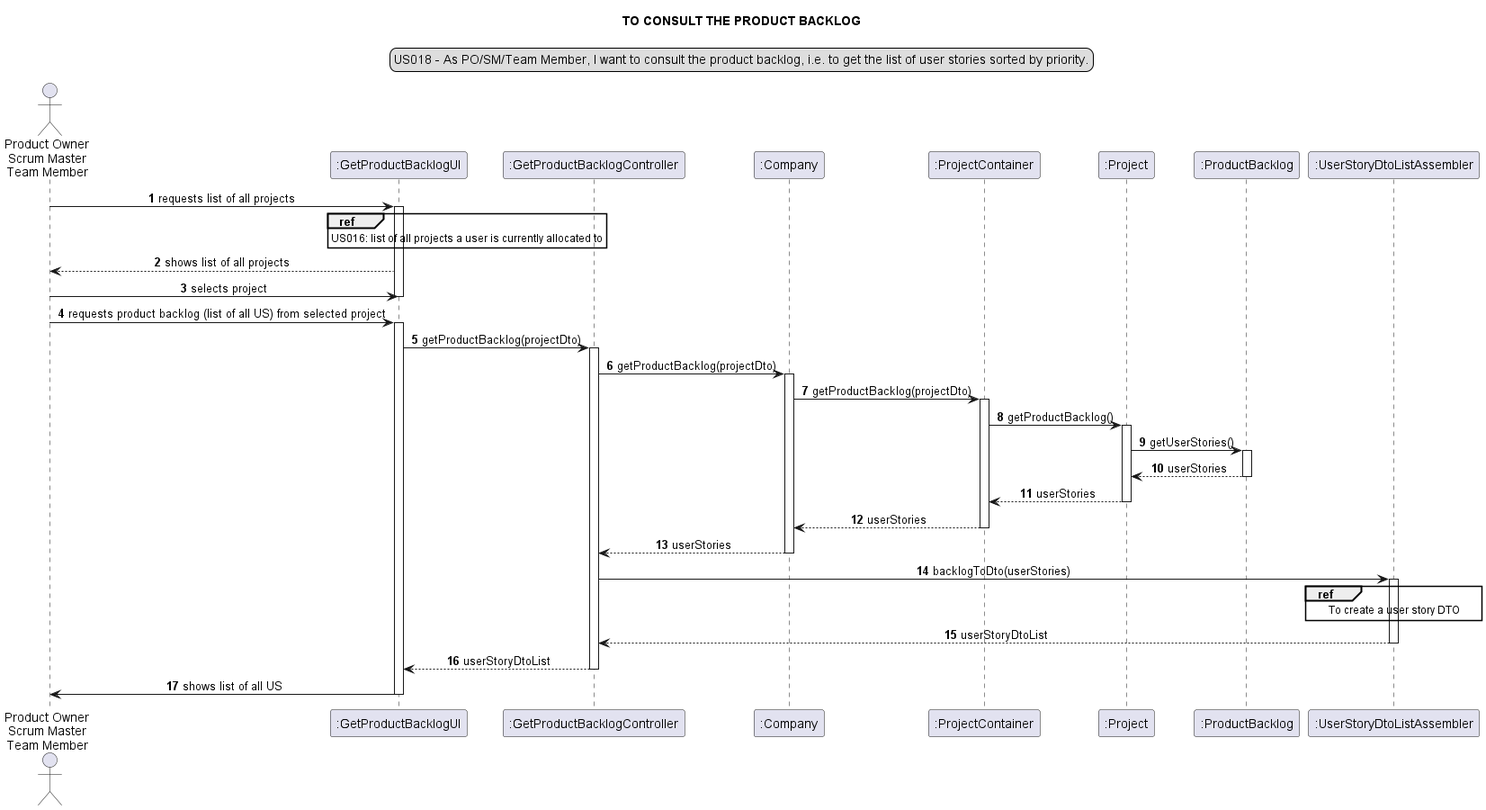
Before: docs/modelling_design/user_stories/sprint03/us018/US018_sequenceDiagram-TO_CONSULT_THE_PRODUCT_BACKLOG.png, a diagram exported from PlantUML (Loracline/project_switch_22-23).
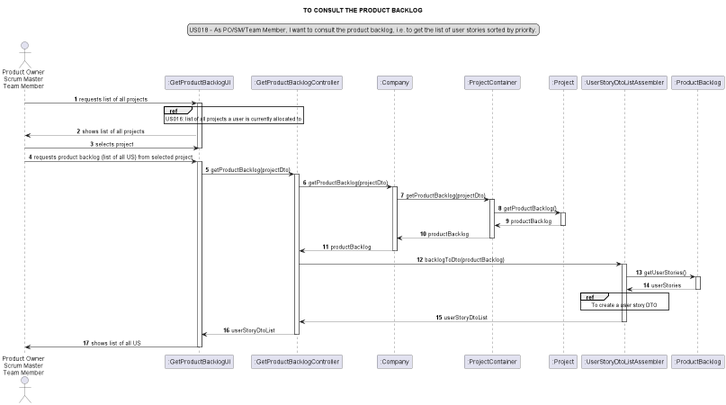
The same diagram one commit later.

Commit message:
US018: Design: Updated SD, addresses #25

What changed in the source:
```diff
@@ -12,9 +12,8 @@
 participant ":Company" as company
 participant ":ProjectContainer" as container
 participant ":Project" as project
+participant ":UserStoryDtoListAssembler" as assembler
 participant ":ProductBacklog" as backlog
-participant ":UserStoryDtoListAssembler" as builder
-
 
 
 actor -> ui: requests list of all projects
@@ -36,23 +35,24 @@
 
 container -> project: getProductBacklog()
 activate project
-project -> backlog: getUserStories()
+
+
+project --> container: productBacklog
+deactivate project
+container --> company: productBacklog
+deactivate container
+company --> controller: productBacklog
+deactivate company
+controller -> assembler: backlogToDto(productBacklog)
+activate assembler
+assembler -> backlog: getUserStories()
 activate backlog
-backlog --> project: userStories
+backlog --> assembler: userStories
 deactivate backlog
+ref over assembler: To create a user story DTO
+assembler --> controller: userStoryDtoList
 
-project --> container: userStories
-deactivate project
-container --> company: userStories
-deactivate container
-company --> controller: userStories
-deactivate company
-controller -> builder: backlogToDto(userStories)
-activate builder
-ref over builder: To create a user story DTO
-builder --> controller: userStoryDtoList
-
-deactivate builder
+deactivate assembler
 controller --> ui: userStoryDtoList
 deactivate controller
 
```
